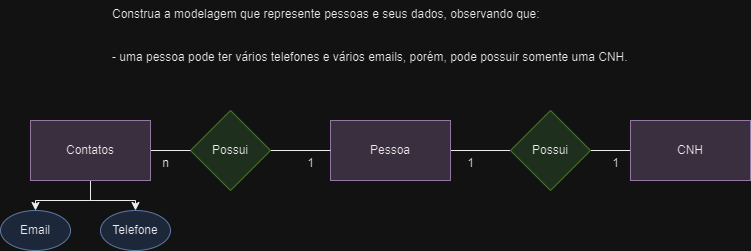
The draw.io diagram sprint1-exercicios/1.1-pessoas.drawio.png in Duduuz7/senai-2-semestre, before a commit. Source tidied: cells renumbered, new cells last; positions are measured from the earlier drawing's top-left corner, leaving out a move shared by most shapes. The source it was exported from:
```xml
<mxGraphModel>
  <root>
    <mxCell id="0" />
    <mxCell id="1" parent="0" />
    <mxCell id="2" value="Construa a modelagem que represente pessoas e seus dados, observando que:&#10;&#10;&#10;- uma pessoa pode ter vários telefones e vários emails, porém, pode possuir somente uma CNH." style="text;whiteSpace=wrap;" parent="1" vertex="1">
      <mxGeometry x="110" width="560" height="80" as="geometry" />
    </mxCell>
    <mxCell id="3" style="edgeStyle=orthogonalEdgeStyle;rounded=0;jettySize=auto;html=1;entryX=0;entryY=0.5;entryDx=0;entryDy=0;endArrow=none;endFill=0;" parent="1" edge="1" source="4" target="6">
      <mxGeometry relative="1" as="geometry" />
    </mxCell>
    <mxCell id="4" value="Pessoa" style="rounded=0;whiteSpace=wrap;html=1;fillColor=#e1d5e7;strokeColor=#9673a6;" parent="1" vertex="1">
      <mxGeometry x="330" y="120" width="120" height="60" as="geometry" />
    </mxCell>
    <mxCell id="5" style="edgeStyle=orthogonalEdgeStyle;rounded=0;jettySize=auto;html=1;entryX=0;entryY=0.5;entryDx=0;entryDy=0;endArrow=none;endFill=0;" parent="1" edge="1" source="6" target="13">
      <mxGeometry relative="1" as="geometry" />
    </mxCell>
    <mxCell id="6" value="Possui" style="rhombus;whiteSpace=wrap;html=1;fillColor=#d5e8d4;strokeColor=#82b366;" parent="1" vertex="1">
      <mxGeometry x="510" y="110" width="80" height="80" as="geometry" />
    </mxCell>
    <mxCell id="7" style="edgeStyle=orthogonalEdgeStyle;rounded=0;jettySize=auto;html=1;entryX=0;entryY=0.5;entryDx=0;entryDy=0;endArrow=none;endFill=0;" parent="1" edge="1" source="8" target="4">
      <mxGeometry relative="1" as="geometry" />
    </mxCell>
    <mxCell id="8" value="Possui" style="rhombus;whiteSpace=wrap;html=1;fillColor=#d5e8d4;strokeColor=#82b366;" parent="1" vertex="1">
      <mxGeometry x="190" y="110" width="80" height="80" as="geometry" />
    </mxCell>
    <mxCell id="9" style="edgeStyle=orthogonalEdgeStyle;rounded=0;jettySize=auto;html=1;entryX=0;entryY=0.5;entryDx=0;entryDy=0;endArrow=none;endFill=0;" parent="1" edge="1" source="12" target="8">
      <mxGeometry relative="1" as="geometry" />
    </mxCell>
    <mxCell id="10" style="edgeStyle=orthogonalEdgeStyle;rounded=0;jettySize=auto;html=1;entryX=0.5;entryY=0;entryDx=0;entryDy=0;" parent="1" edge="1" source="12" target="18">
      <mxGeometry relative="1" as="geometry" />
    </mxCell>
    <mxCell id="11" style="edgeStyle=orthogonalEdgeStyle;rounded=0;jettySize=auto;html=1;entryX=0.5;entryY=0;entryDx=0;entryDy=0;" parent="1" edge="1" source="12" target="19">
      <mxGeometry relative="1" as="geometry" />
    </mxCell>
    <mxCell id="12" value="Contatos" style="rounded=0;whiteSpace=wrap;html=1;fillColor=#e1d5e7;strokeColor=#9673a6;" parent="1" vertex="1">
      <mxGeometry x="30" y="120" width="120" height="60" as="geometry" />
    </mxCell>
    <mxCell id="13" value="CNH" style="rounded=0;whiteSpace=wrap;html=1;fillColor=#e1d5e7;strokeColor=#9673a6;" parent="1" vertex="1">
      <mxGeometry x="630" y="120" width="120" height="60" as="geometry" />
    </mxCell>
    <mxCell id="14" value="1" style="text;html=1;align=center;verticalAlign=middle;strokeColor=none;fillColor=none;" parent="1" vertex="1">
      <mxGeometry x="295" y="148" width="30" height="30" as="geometry" />
    </mxCell>
    <mxCell id="15" value="1" style="text;html=1;align=center;verticalAlign=middle;strokeColor=none;fillColor=none;" parent="1" vertex="1">
      <mxGeometry x="455" y="148" width="30" height="30" as="geometry" />
    </mxCell>
    <mxCell id="16" value="1" style="text;html=1;align=center;verticalAlign=middle;strokeColor=none;fillColor=none;" parent="1" vertex="1">
      <mxGeometry x="600" y="148" width="30" height="30" as="geometry" />
    </mxCell>
    <mxCell id="17" value="n" style="text;html=1;align=center;verticalAlign=middle;strokeColor=none;fillColor=none;" parent="1" vertex="1">
      <mxGeometry x="150" y="148" width="30" height="30" as="geometry" />
    </mxCell>
    <mxCell id="18" value="Email" style="ellipse;whiteSpace=wrap;html=1;fillColor=#dae8fc;strokeColor=#6c8ebf;" parent="1" vertex="1">
      <mxGeometry y="210" width="70" height="40" as="geometry" />
    </mxCell>
    <mxCell id="19" value="Telefone" style="ellipse;whiteSpace=wrap;html=1;fillColor=#dae8fc;strokeColor=#6c8ebf;" parent="1" vertex="1">
      <mxGeometry x="100" y="210" width="70" height="40" as="geometry" />
    </mxCell>
  </root>
</mxGraphModel>
```
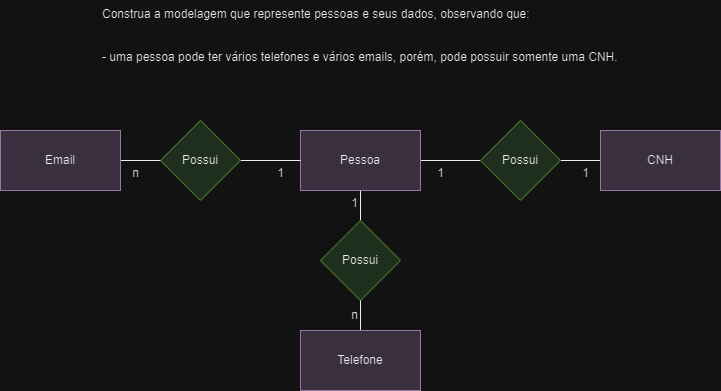
After the change.

The edit, as a diff of the source:
```diff
@@ -3,7 +3,7 @@
     <mxCell id="0" />
     <mxCell id="1" parent="0" />
     <mxCell id="2" value="Construa a modelagem que represente pessoas e seus dados, observando que:&#10;&#10;&#10;- uma pessoa pode ter vários telefones e vários emails, porém, pode possuir somente uma CNH." style="text;whiteSpace=wrap;" parent="1" vertex="1">
-      <mxGeometry x="110" width="560" height="80" as="geometry" />
+      <mxGeometry x="130" y="-10" width="560" height="80" as="geometry" />
     </mxCell>
     <mxCell id="3" style="edgeStyle=orthogonalEdgeStyle;rounded=0;jettySize=auto;html=1;entryX=0;entryY=0.5;entryDx=0;entryDy=0;endArrow=none;endFill=0;" parent="1" edge="1" source="4" target="6">
       <mxGeometry relative="1" as="geometry" />
@@ -26,13 +26,7 @@
     <mxCell id="9" style="edgeStyle=orthogonalEdgeStyle;rounded=0;jettySize=auto;html=1;entryX=0;entryY=0.5;entryDx=0;entryDy=0;endArrow=none;endFill=0;" parent="1" edge="1" source="12" target="8">
       <mxGeometry relative="1" as="geometry" />
     </mxCell>
-    <mxCell id="10" style="edgeStyle=orthogonalEdgeStyle;rounded=0;jettySize=auto;html=1;entryX=0.5;entryY=0;entryDx=0;entryDy=0;" parent="1" edge="1" source="12" target="18">
-      <mxGeometry relative="1" as="geometry" />
-    </mxCell>
-    <mxCell id="11" style="edgeStyle=orthogonalEdgeStyle;rounded=0;jettySize=auto;html=1;entryX=0.5;entryY=0;entryDx=0;entryDy=0;" parent="1" edge="1" source="12" target="19">
-      <mxGeometry relative="1" as="geometry" />
-    </mxCell>
-    <mxCell id="12" value="Contatos" style="rounded=0;whiteSpace=wrap;html=1;fillColor=#e1d5e7;strokeColor=#9673a6;" parent="1" vertex="1">
+    <mxCell id="12" value="Email" style="rounded=0;whiteSpace=wrap;html=1;fillColor=#e1d5e7;strokeColor=#9673a6;" parent="1" vertex="1">
       <mxGeometry x="30" y="120" width="120" height="60" as="geometry" />
     </mxCell>
     <mxCell id="13" value="CNH" style="rounded=0;whiteSpace=wrap;html=1;fillColor=#e1d5e7;strokeColor=#9673a6;" parent="1" vertex="1">
@@ -50,11 +44,23 @@
     <mxCell id="17" value="n" style="text;html=1;align=center;verticalAlign=middle;strokeColor=none;fillColor=none;" parent="1" vertex="1">
       <mxGeometry x="150" y="148" width="30" height="30" as="geometry" />
     </mxCell>
-    <mxCell id="18" value="Email" style="ellipse;whiteSpace=wrap;html=1;fillColor=#dae8fc;strokeColor=#6c8ebf;" parent="1" vertex="1">
-      <mxGeometry y="210" width="70" height="40" as="geometry" />
-    </mxCell>
+    <mxCell id="20" style="edgeStyle=orthogonalEdgeStyle;rounded=0;jettySize=auto;html=1;entryX=0.5;entryY=1;entryDx=0;entryDy=0;endArrow=none;endFill=0;" parent="1" edge="1" source="21" target="4">
+      <mxGeometry relative="1" as="geometry" />
+    </mxCell>
+    <mxCell id="21" value="Possui" style="rhombus;whiteSpace=wrap;html=1;fillColor=#d5e8d4;strokeColor=#82b366;" parent="1" vertex="1">
+      <mxGeometry x="350" y="210" width="80" height="80" as="geometry" />
+    </mxCell>
+    <mxCell id="22" style="edgeStyle=orthogonalEdgeStyle;rounded=0;jettySize=auto;html=1;entryX=0.5;entryY=1;entryDx=0;entryDy=0;endArrow=none;endFill=0;" parent="1" edge="1" source="19" target="21">
+      <mxGeometry relative="1" as="geometry" />
+    </mxCell>
-    <mxCell id="19" value="Telefone" style="ellipse;whiteSpace=wrap;html=1;fillColor=#dae8fc;strokeColor=#6c8ebf;" parent="1" vertex="1">
-      <mxGeometry x="100" y="210" width="70" height="40" as="geometry" />
+    <mxCell id="19" value="Telefone" style="rounded=0;whiteSpace=wrap;html=1;fillColor=#e1d5e7;strokeColor=#9673a6;" parent="1" vertex="1">
+      <mxGeometry x="330" y="320" width="120" height="60" as="geometry" />
     </mxCell>
+    <mxCell id="23" value="1" style="text;html=1;align=center;verticalAlign=middle;strokeColor=none;fillColor=none;" parent="1" vertex="1">
+      <mxGeometry x="369" y="178" width="30" height="30" as="geometry" />
+    </mxCell>
+    <mxCell id="24" value="n" style="text;html=1;align=center;verticalAlign=middle;strokeColor=none;fillColor=none;" parent="1" vertex="1">
+      <mxGeometry x="369" y="290" width="30" height="30" as="geometry" />
+    </mxCell>
   </root>
 </mxGraphModel>
```
